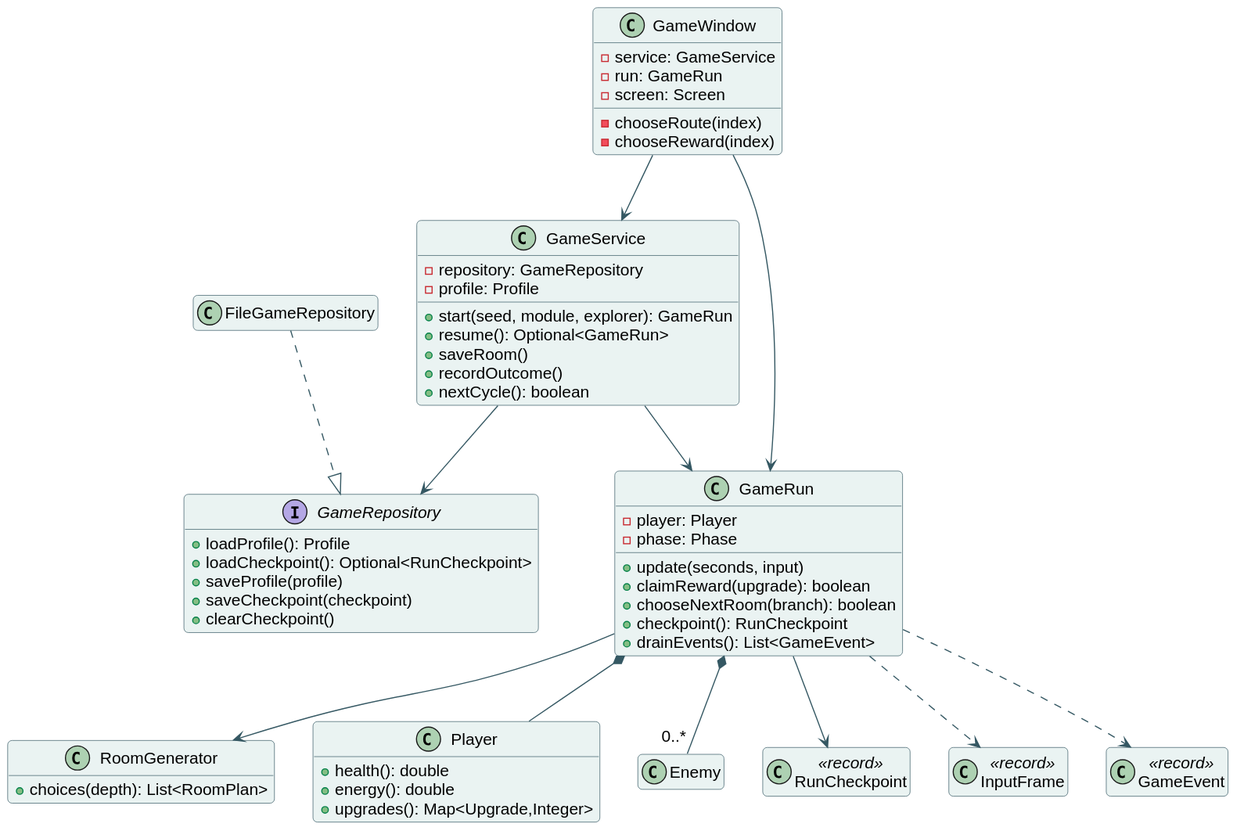
Earlier version of the PlantUML export docs/diagrams/04-design-classes.svg (bassdav2/abyss). Its diagram source:
```plantuml
@startuml
skinparam backgroundColor #FFFFFF
skinparam defaultFontName Arial
skinparam defaultFontSize 15
skinparam shadowing false
skinparam roundcorner 8
skinparam ArrowColor #355863
skinparam classBackgroundColor #EAF3F2
skinparam classBorderColor #355863
skinparam participantBackgroundColor #EAF3F2
skinparam participantBorderColor #355863
skinparam sequenceLifeLineBorderColor #7A979C
skinparam noteBackgroundColor #FFF2DA
skinparam noteBorderColor #D8AA64
skinparam packageBackgroundColor #F5F8F7
skinparam packageBorderColor #6E8B91
hide empty members
class GameWindow {
 - service: GameService
 - run: GameRun
 - screen: Screen
 - chooseRoute(index)
 - chooseReward(index)
}
class GameService {
 - repository: GameRepository
 - profile: Profile
 + start(seed, module, explorer): GameRun
 + resume(): Optional<GameRun>
 + saveRoom()
 + recordOutcome()
 + nextCycle(): boolean
}
interface GameRepository {
 + loadProfile(): Profile
 + loadCheckpoint(): Optional<RunCheckpoint>
 + saveProfile(profile)
 + saveCheckpoint(checkpoint)
 + clearCheckpoint()
}
class FileGameRepository
class GameRun {
 - player: Player
 - phase: Phase
 + update(seconds, input)
 + claimReward(upgrade): boolean
 + chooseNextRoom(branch): boolean
 + checkpoint(): RunCheckpoint
 + drainEvents(): List<GameEvent>
}
class RoomGenerator {
 + choices(depth): List<RoomPlan>
}
class Player {
 + health(): double
 + energy(): double
 + upgrades(): Map<Upgrade,Integer>
}
class Enemy
class RunCheckpoint <<record>>
class InputFrame <<record>>
class GameEvent <<record>>
GameWindow --> GameService
GameWindow --> GameRun
GameService --> GameRepository
FileGameRepository ..|> GameRepository
GameService --> GameRun
GameRun *-- Player
GameRun *-- "0..*" Enemy
GameRun --> RoomGenerator
GameRun --> RunCheckpoint
GameRun ..> InputFrame
GameRun ..> GameEvent
@enduml
```
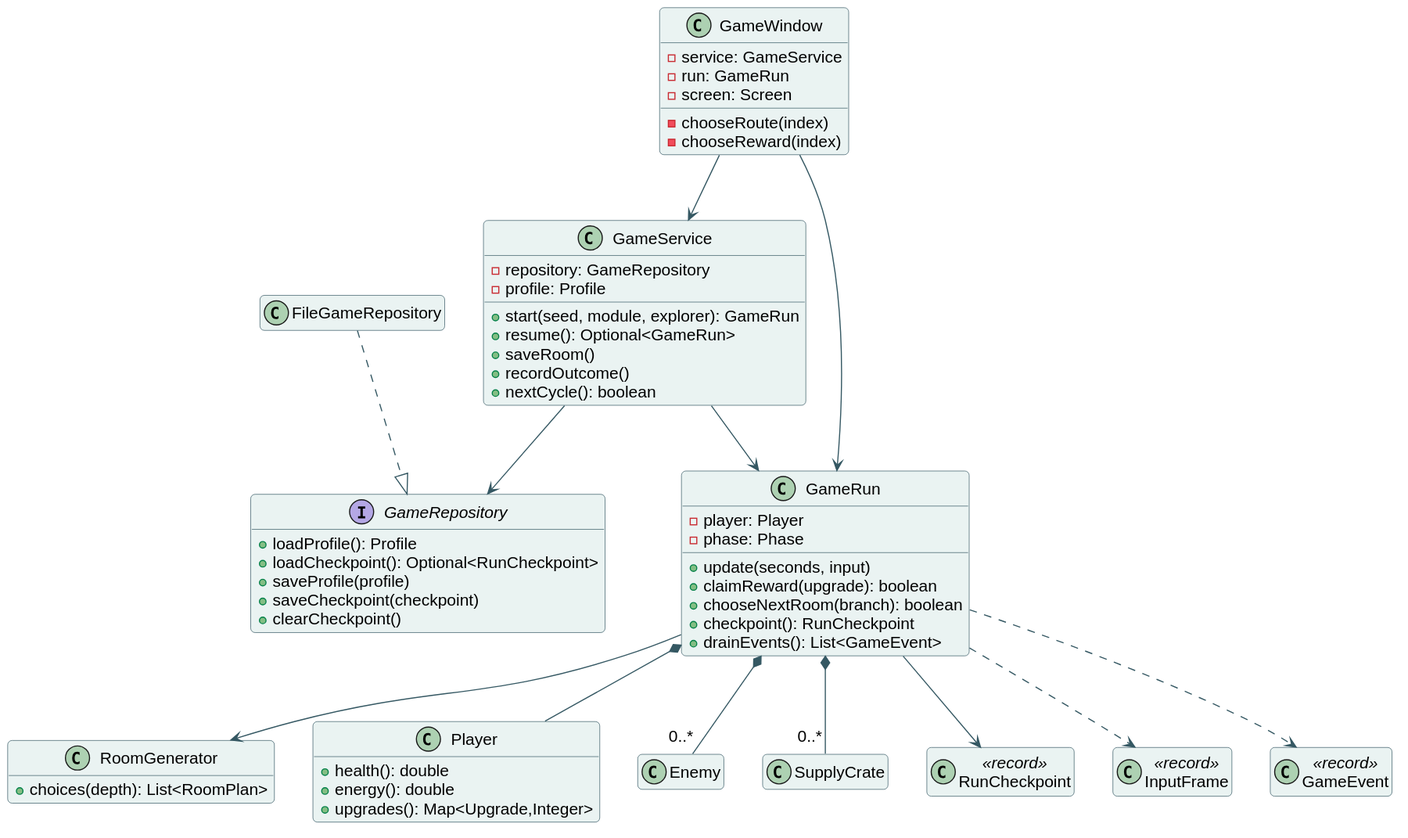
After the change.

Diff of the diagram source:
```diff
@@ -57,6 +57,7 @@
  + upgrades(): Map<Upgrade,Integer>
 }
 class Enemy
+class SupplyCrate
 class RunCheckpoint <<record>>
 class InputFrame <<record>>
 class GameEvent <<record>>
@@ -67,6 +68,7 @@
 GameService --> GameRun
 GameRun *-- Player
 GameRun *-- "0..*" Enemy
+GameRun *-- "0..*" SupplyCrate
 GameRun --> RoomGenerator
 GameRun --> RunCheckpoint
 GameRun ..> InputFrame
```
